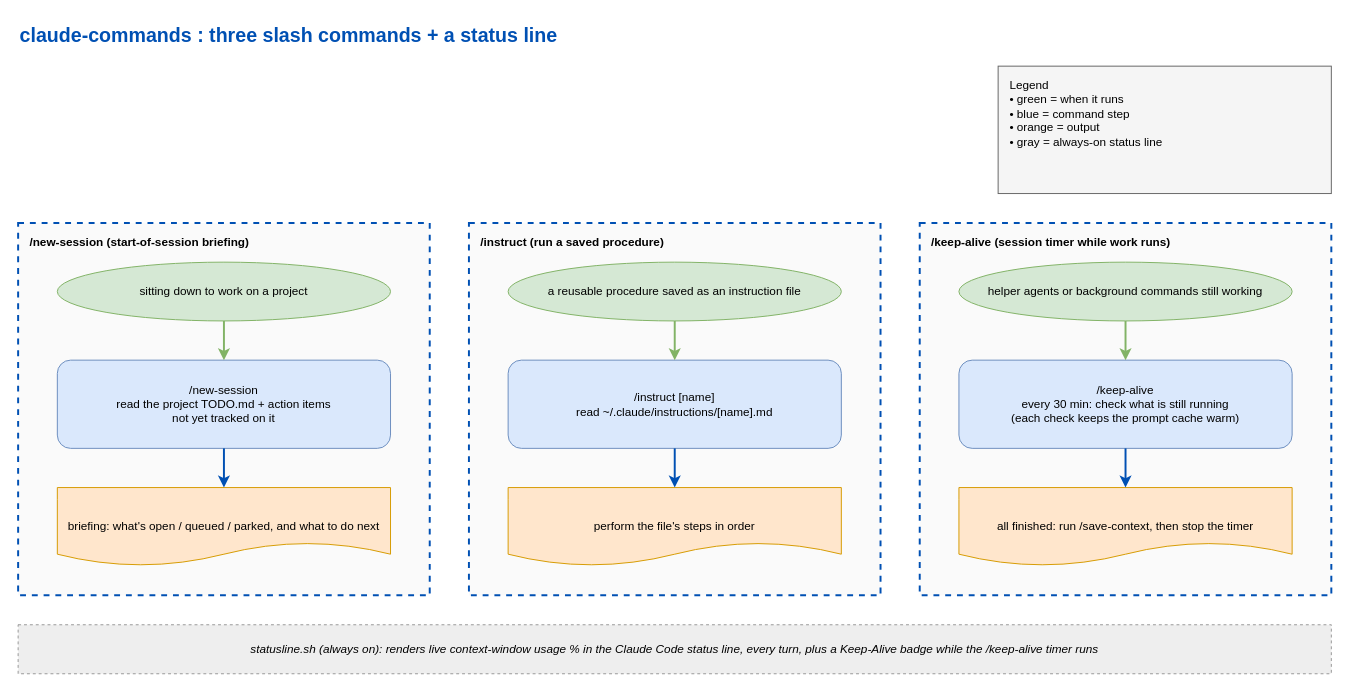
Above: docs/commands-flow.drawio in eranw2000/claude-commands (draw.io), before the change. Source tidied: cells renumbered, new cells numbered last; positions are measured from the earlier drawing's top-left corner, leaving out a move shared by most shapes. Both pictures are drawn from the tidied source at 98%, with x=0, y=0 at pixel (18, 17).
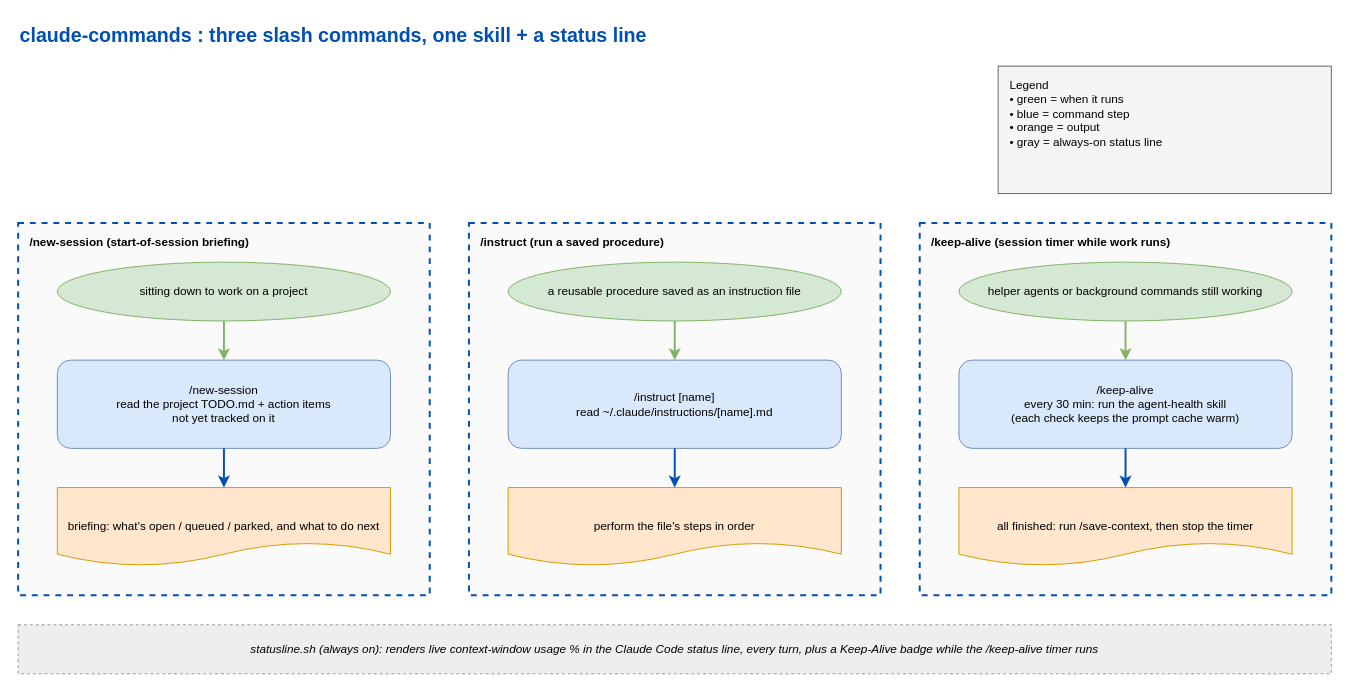
The same page after the edit.

Commit message (it also covers changes not shown here):
Add the agent-health skill; /keep-alive runs it on every tick

Diff of the diagram source:
```diff
@@
-    <mxCell id="2" value="claude-commands : three slash commands + a status line" style="text;html=1;fontSize=20;fontStyle=1;fontColor=#0050b3;align=left;verticalAlign=middle;" parent="1" vertex="1">
+    <mxCell id="2" value="claude-commands : three slash commands, one skill + a status line" style="text;html=1;fontSize=20;fontStyle=1;fontColor=#0050b3;align=left;verticalAlign=middle;" parent="1" vertex="1">
       <mxGeometry width="900" height="36" as="geometry" />
     </mxCell>
@@
-    <mxCell id="14" value="/keep-alive&#10;every 30 min: check what is still running&#10;(each check keeps the prompt cache warm)" style="rounded=1;fillColor=#dae8fc;strokeColor=#6c8ebf;html=1;whiteSpace=wrap;" parent="1" vertex="1">
+    <mxCell id="14" value="/keep-alive&#10;every 30 min: run the agent-health skill&#10;(each check keeps the prompt cache warm)" style="rounded=1;fillColor=#dae8fc;strokeColor=#6c8ebf;html=1;whiteSpace=wrap;" parent="1" vertex="1">
       <mxGeometry x="960" y="350" width="340" height="90" as="geometry" />
     </mxCell>
```
